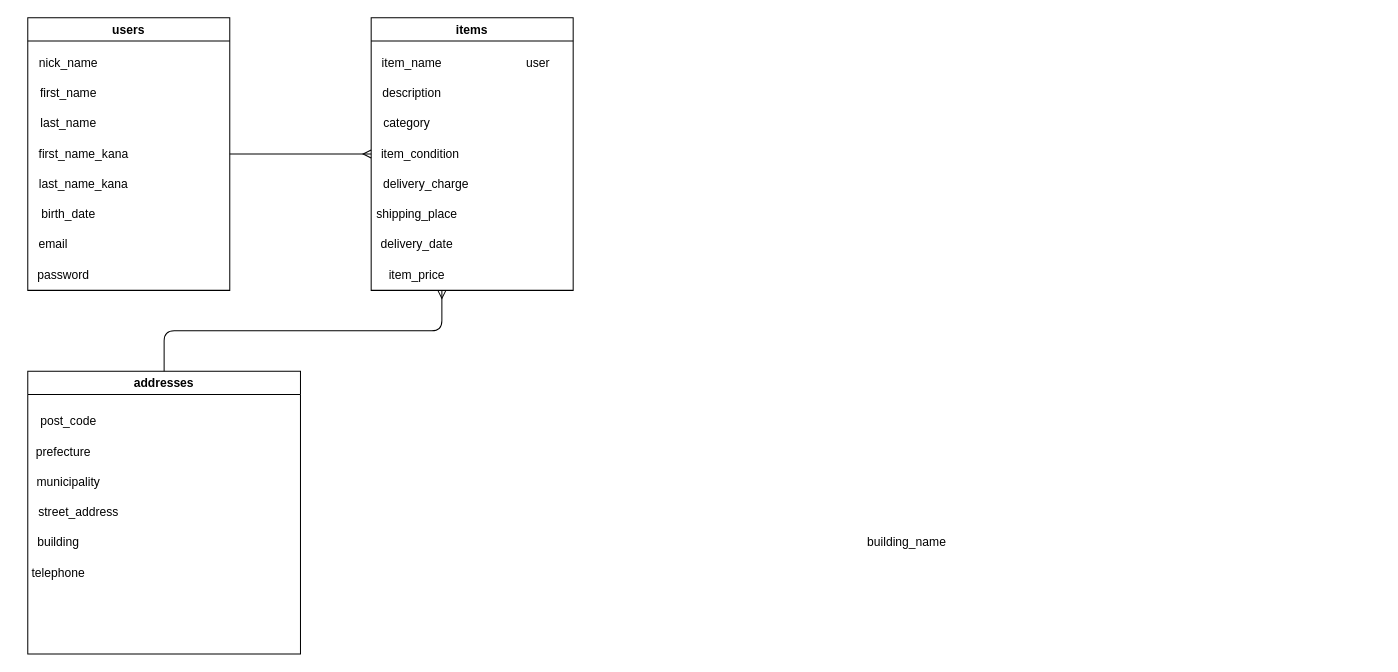
The draw.io diagram test.dio in CrazyDiamond777/furima-40166, before the edit. Source tidied: cells renumbered, new cells numbered last; positions are measured from the earlier drawing's top-left corner, leaving out a move shared by most shapes. Both pictures are drawn from the tidied source at 101%, with x=0, y=0 at pixel (17, 17).
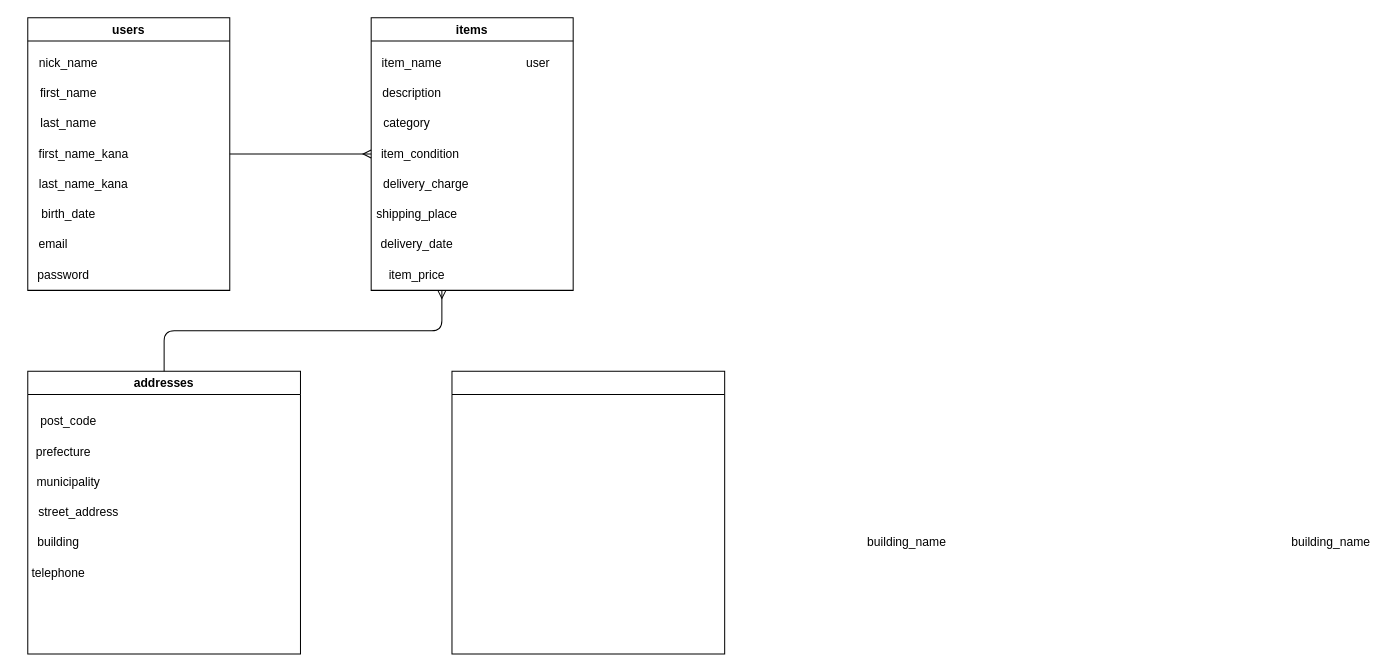
Above is the later version.

Commit message:
プルリクのため

The edit, as a diff of the source:
```diff
@@
+    <mxCell id="31" style="swimlane;" parent="1" vertex="1">
+      <mxGeometry x="430" y="350" width="270" height="280" as="geometry" />
+    </mxCell>
+    <mxCell id="32" value="building_name" style="text;html=1;align=center;verticalAlign=middle;strokeColor=none;fillColor=none;" parent="31" vertex="1">
+      <mxGeometry x="820" y="155" width="100" height="30" as="geometry" />
+    </mxCell>
```
